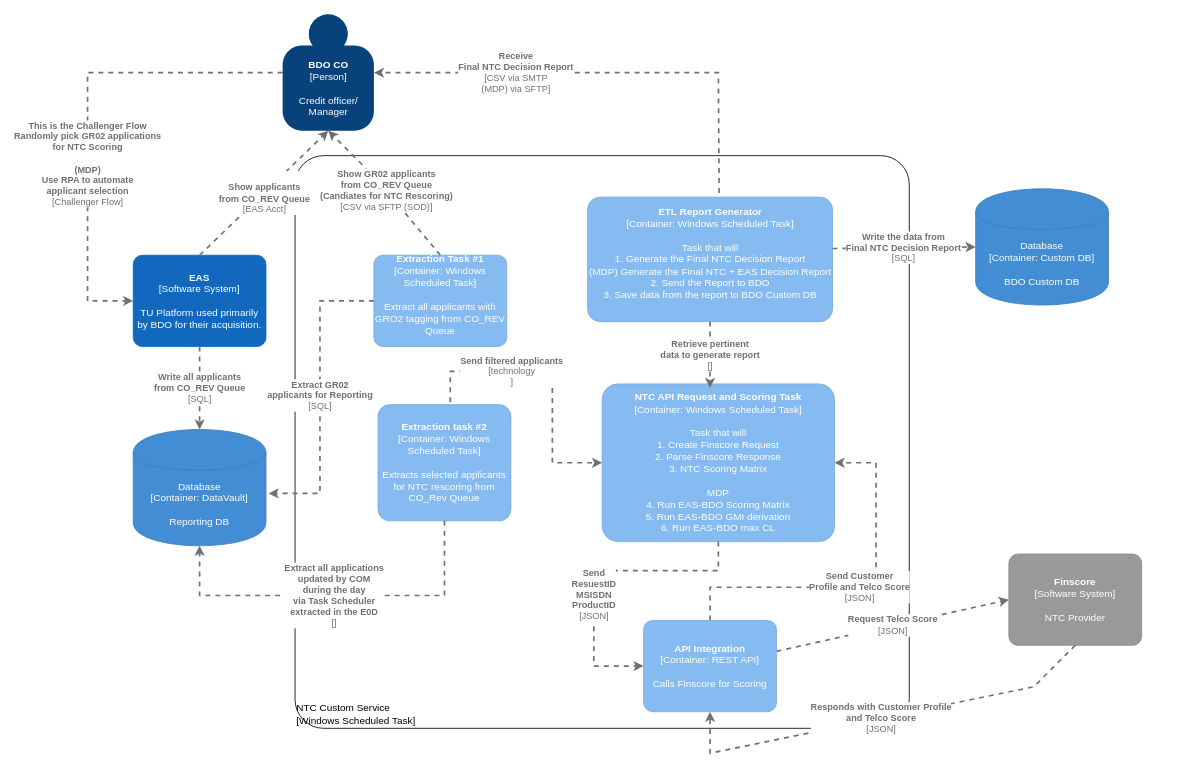
The draw.io diagram page "LV2:" (3 of 3) of BDO-NTC-EAS.drawio in howardleev/c4-draw.io, before the edit. Source tidied: cells renumbered, new cells numbered last; positions are measured from the earlier drawing's top-left corner, leaving out a move shared by most shapes. Both pictures are drawn from the tidied source at 83%, with x=0, y=0 at pixel (87, 14).
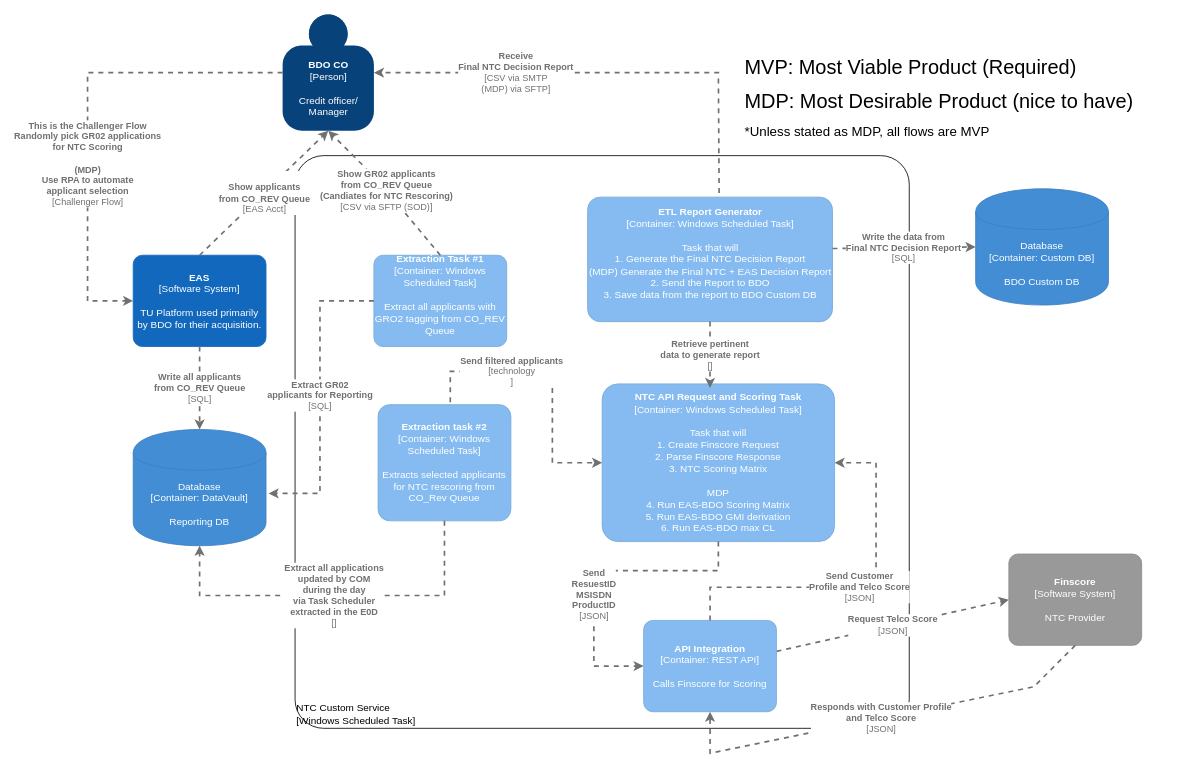
Above is the later version.

The edit, as a diff of the source:
```diff
@@
+    <mxCell id="27" value="&lt;div align=&quot;left&quot;&gt;&lt;font style=&quot;font-size: 24px&quot;&gt;MVP: Most Viable Product (Required)&lt;br&gt;&lt;/font&gt;&lt;/div&gt;&lt;div align=&quot;left&quot;&gt;&lt;p&gt;&lt;font style=&quot;font-size: 24px&quot;&gt;MDP: Most Desirable Product (nice to have)&lt;/font&gt;&lt;/p&gt;&lt;/div&gt;&lt;div align=&quot;left&quot;&gt;&lt;font size=&quot;3&quot;&gt;*Unless stated as MDP, all flows are MVP&lt;br&gt;&lt;/font&gt;&lt;/div&gt;" style="text;html=1;strokeColor=none;fillColor=none;align=left;verticalAlign=middle;whiteSpace=wrap;rounded=0;" parent="1" vertex="1">
+      <mxGeometry x="790" y="40" width="520" height="120" as="geometry" />
+    </mxCell>
```
